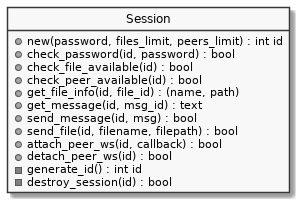
This is arch/model_sesion_class.png from zhmylove/vonf, a PlantUML export, as it was before one commit.
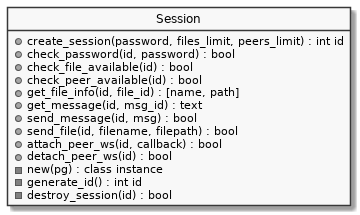
The same file after the commit.

Commit message:
Add model, model stub, jquery, conf

Diff of the diagram source:
```diff
@@ -5,16 +5,17 @@
 hide empty members
 
 class "Session" as s {
-+ new(password, files_limit, peers_limit) : int id
++ create_session(password, files_limit, peers_limit) : int id
 + check_password(id, password) : bool
 + check_file_available(id) : bool
 + check_peer_available(id) : bool
-+ get_file_info(id, file_id) : (name, path)
++ get_file_info(id, file_id) : [name, path]
 + get_message(id, msg_id) : text
 + send_message(id, msg) : bool
 + send_file(id, filename, filepath) : bool
 + attach_peer_ws(id, callback) : bool
 + detach_peer_ws(id) : bool
+- new(pg) : class instance
 - generate_id() : int id
 - destroy_session(id) : bool
 }
```
